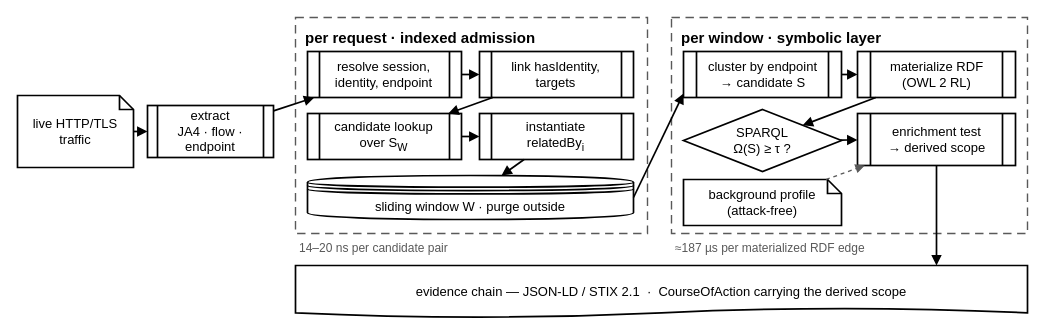
The draw.io diagram papers/http-session-noms/figures/src-drawio/fig_pipeline.drawio in Natanael0liveira/knowledge-graph-ddos-article, before the edit. Source tidied: cells renumbered, new cells numbered last; positions are measured from the earlier drawing's top-left corner, leaving out a move shared by most shapes. Both pictures are drawn from the tidied source at 100%, with x=0, y=0 at pixel (17, 17).
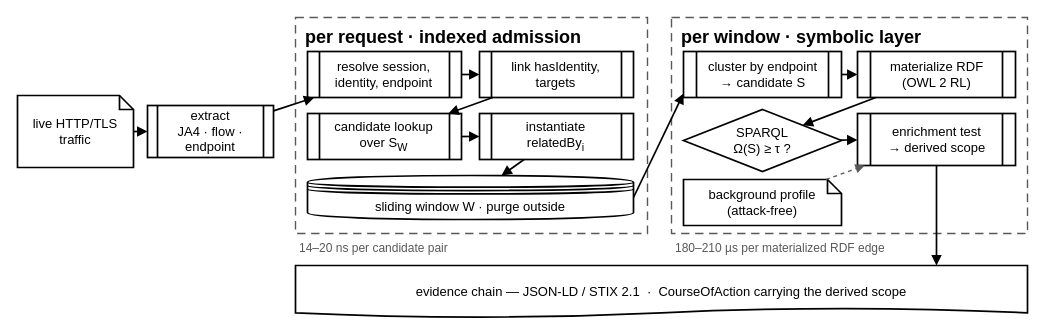
After the change.

What changed in the source:
```diff
@@
-    <mxCell id="6" value="per request · indexed admission" style="text;html=1;fontFamily=Helvetica;fontSize=15;fontStyle=1;align=left;verticalAlign=middle;" parent="1" vertex="1">
+    <mxCell id="6" value="per request · indexed admission" style="text;html=1;fontFamily=Helvetica;fontSize=18;fontStyle=1;align=left;verticalAlign=middle;" parent="1" vertex="1">
       <mxGeometry x="286" y="10" width="330" height="20" as="geometry" />
     </mxCell>
@@
-    <mxCell id="19" value="per window · symbolic layer" style="text;html=1;fontFamily=Helvetica;fontSize=15;fontStyle=1;align=left;verticalAlign=middle;" parent="1" vertex="1">
+    <mxCell id="19" value="per window · symbolic layer" style="text;html=1;fontFamily=Helvetica;fontSize=18;fontStyle=1;align=left;verticalAlign=middle;" parent="1" vertex="1">
       <mxGeometry x="662" y="10" width="330" height="20" as="geometry" />
     </mxCell>
@@
-    <mxCell id="30" value="≈187 µs per materialized RDF edge" style="text;html=1;fontFamily=Helvetica;fontSize=12;fontColor=#595959;align=left;verticalAlign=middle;" parent="1" vertex="1">
+    <mxCell id="30" value="180–210 µs per materialized RDF edge" style="text;html=1;fontFamily=Helvetica;fontSize=12;fontColor=#595959;align=left;verticalAlign=middle;" parent="1" vertex="1">
       <mxGeometry x="656" y="222" width="250" height="18" as="geometry" />
     </mxCell>
```
